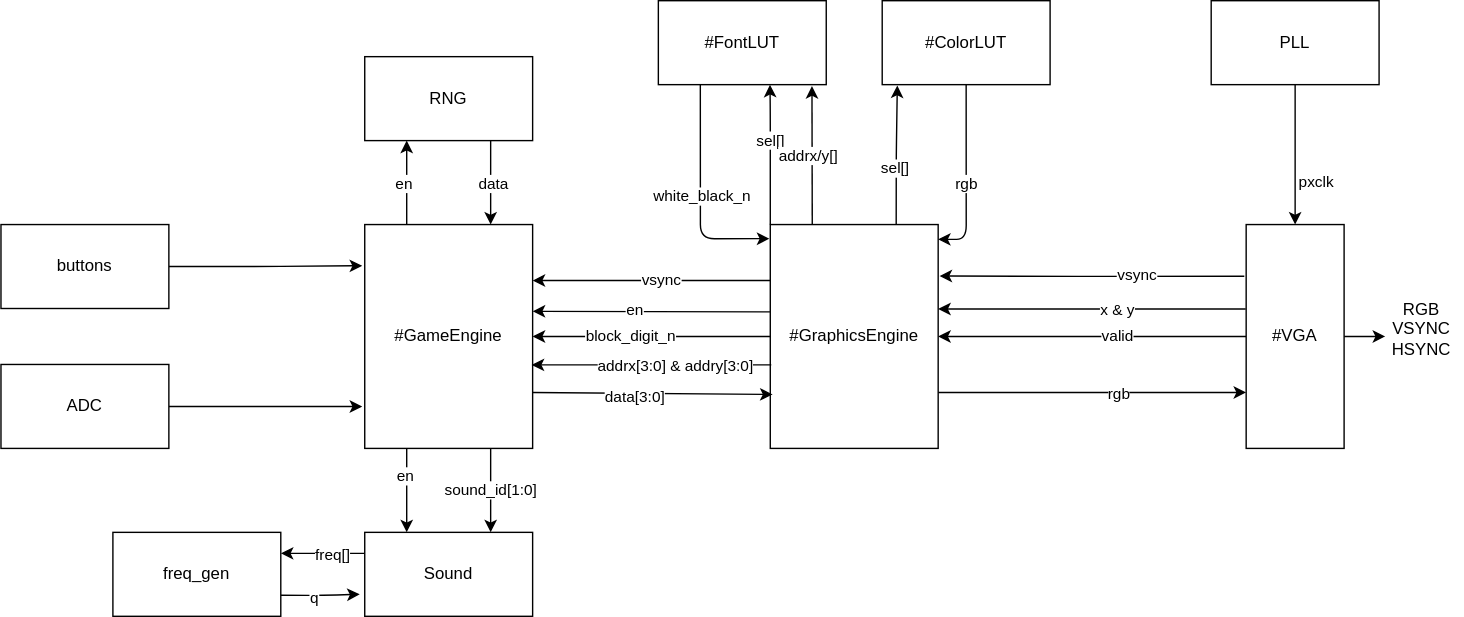
Above: docs/block_diagram.drawio.svg in g-proto-ece5730/FinalProject (draw.io), before the change. Source tidied: cells renumbered, new cells last; positions are measured from the earlier drawing's top-left corner, leaving out a move shared by most shapes.
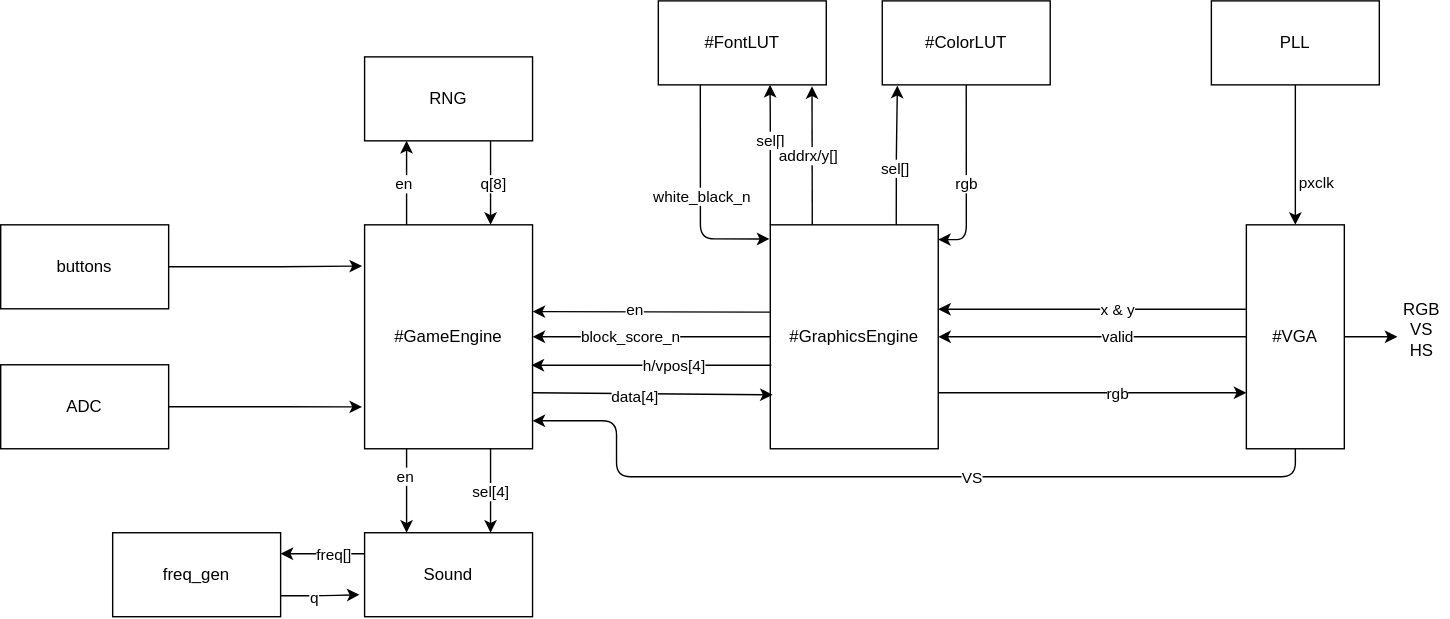
The same diagram one commit later.

The edit, as a diff of the source:
```diff
@@ -13,12 +13,6 @@
     <mxCell id="4" value="#GameEngine" style="rounded=0;whiteSpace=wrap;html=1;" parent="1" vertex="1">
       <mxGeometry x="260" y="160" width="120" height="160" as="geometry" />
     </mxCell>
-    <mxCell id="5" style="edgeStyle=orthogonalEdgeStyle;html=1;entryX=1;entryY=0.25;entryDx=0;entryDy=0;exitX=0;exitY=0.25;exitDx=0;exitDy=0;" parent="1" edge="1" source="19" target="4">
-      <mxGeometry relative="1" as="geometry" />
-    </mxCell>
-    <mxCell id="6" value="vsync" style="edgeLabel;html=1;align=center;verticalAlign=middle;" parent="5" vertex="1">
-      <mxGeometry x="-0.08" relative="1" as="geometry" />
-    </mxCell>
     <mxCell id="7" style="edgeStyle=none;html=1;exitX=0;exitY=0;exitDx=0;exitDy=0;entryX=0.665;entryY=1;entryDx=0;entryDy=0;entryPerimeter=0;" parent="1" edge="1" source="19" target="22">
       <mxGeometry relative="1" as="geometry">
         <Array as="points">
@@ -62,7 +56,7 @@
     <mxCell id="17" style="edgeStyle=orthogonalEdgeStyle;html=1;exitX=0.75;exitY=1;exitDx=0;exitDy=0;entryX=0.75;entryY=0;entryDx=0;entryDy=0;" parent="1" edge="1" source="4" target="52">
       <mxGeometry relative="1" as="geometry" />
     </mxCell>
-    <mxCell id="18" value="sound_id[1:0]" style="edgeLabel;html=1;align=center;verticalAlign=middle;" parent="17" vertex="1">
+    <mxCell id="18" value="sel[4]" style="edgeLabel;html=1;align=center;verticalAlign=middle;" parent="17" vertex="1">
       <mxGeometry x="-0.23" y="1" relative="1" as="geometry">
         <mxPoint x="-1" y="7" as="offset" />
       </mxGeometry>
@@ -84,25 +78,29 @@
     <mxCell id="23" style="edgeStyle=none;html=1;exitX=1;exitY=0.5;exitDx=0;exitDy=0;entryX=0.073;entryY=0.6;entryDx=0;entryDy=0;entryPerimeter=0;startArrow=none;startFill=0;" parent="1" edge="1" source="28" target="29">
       <mxGeometry relative="1" as="geometry" />
     </mxCell>
-    <mxCell id="24" style="edgeStyle=orthogonalEdgeStyle;html=1;entryX=1.008;entryY=0.23;entryDx=0;entryDy=0;entryPerimeter=0;exitX=-0.019;exitY=0.231;exitDx=0;exitDy=0;exitPerimeter=0;" parent="1" edge="1" source="28" target="19">
-      <mxGeometry relative="1" as="geometry" />
-    </mxCell>
-    <mxCell id="25" value="vsync" style="edgeLabel;html=1;align=center;verticalAlign=middle;" parent="24" vertex="1">
-      <mxGeometry x="0.15" y="-1" relative="1" as="geometry">
-        <mxPoint x="49" as="offset" />
-      </mxGeometry>
-    </mxCell>
     <mxCell id="26" style="edgeStyle=orthogonalEdgeStyle;html=1;exitX=0;exitY=0.5;exitDx=0;exitDy=0;entryX=1;entryY=0.5;entryDx=0;entryDy=0;" parent="1" edge="1" source="28" target="19">
       <mxGeometry relative="1" as="geometry" />
     </mxCell>
     <mxCell id="27" value="valid" style="edgeLabel;html=1;align=center;verticalAlign=middle;" parent="26" vertex="1">
       <mxGeometry x="-0.16" relative="1" as="geometry" />
     </mxCell>
+    <mxCell id="58" style="edgeStyle=orthogonalEdgeStyle;html=1;exitX=0.5;exitY=1;exitDx=0;exitDy=0;entryX=1;entryY=0.875;entryDx=0;entryDy=0;entryPerimeter=0;" parent="1" edge="1" source="28" target="4">
+      <mxGeometry relative="1" as="geometry">
+        <Array as="points">
+          <mxPoint x="925" y="340" />
+          <mxPoint x="440" y="340" />
+          <mxPoint x="440" y="300" />
+        </Array>
+      </mxGeometry>
+    </mxCell>
+    <mxCell id="59" value="VS" style="edgeLabel;html=1;align=center;verticalAlign=middle;" parent="58" vertex="1">
+      <mxGeometry x="-0.17" y="1" relative="1" as="geometry" />
+    </mxCell>
     <mxCell id="28" value="#VGA" style="rounded=0;whiteSpace=wrap;html=1;" parent="1" vertex="1">
       <mxGeometry x="890" y="160" width="70" height="160" as="geometry" />
     </mxCell>
-    <mxCell id="29" value="RGB&lt;br&gt;VSYNC&lt;br&gt;HSYNC&lt;br&gt;" style="text;html=1;align=center;verticalAlign=middle;points=[];strokeColor=none;fillColor=none;" parent="1" vertex="1">
-      <mxGeometry x="985" y="210" width="60" height="50" as="geometry" />
+    <mxCell id="29" value="RGB&lt;br&gt;VS&lt;br&gt;HS" style="text;html=1;align=center;verticalAlign=middle;points=[];strokeColor=none;fillColor=none;" parent="1" vertex="1">
+      <mxGeometry x="995" y="210" width="40" height="50" as="geometry" />
     </mxCell>
     <mxCell id="30" style="edgeStyle=orthogonalEdgeStyle;html=1;exitX=0.5;exitY=1;exitDx=0;exitDy=0;entryX=0.999;entryY=0.066;entryDx=0;entryDy=0;entryPerimeter=0;" parent="1" edge="1" source="32" target="19">
       <mxGeometry relative="1" as="geometry" />
@@ -124,7 +122,7 @@
         <mxPoint x="550" y="240" as="sourcePoint" />
       </mxGeometry>
     </mxCell>
-    <mxCell id="36" value="block_digit_n" style="edgeLabel;html=1;align=center;verticalAlign=middle;" parent="35" vertex="1">
+    <mxCell id="36" value="block_score_n" style="edgeLabel;html=1;align=center;verticalAlign=middle;" parent="35" vertex="1">
       <mxGeometry x="-0.89" y="2" relative="1" as="geometry">
         <mxPoint x="-91" y="-2" as="offset" />
       </mxGeometry>
@@ -132,7 +130,7 @@
     <mxCell id="37" style="endArrow=classic;html=1;exitX=0.006;exitY=0.627;exitDx=0;exitDy=0;exitPerimeter=0;entryX=0.994;entryY=0.627;entryDx=0;entryDy=0;entryPerimeter=0;" parent="1" edge="1" source="19" target="4">
       <mxGeometry relative="1" as="geometry" />
     </mxCell>
-    <mxCell id="38" value="addrx[3:0] &amp;amp; addry[3:0]" style="edgeLabel;html=1;align=center;verticalAlign=middle;" parent="37" vertex="1">
+    <mxCell id="38" value="h/vpos[4]" style="edgeLabel;html=1;align=center;verticalAlign=middle;" parent="37" vertex="1">
       <mxGeometry x="-0.36" y="1" relative="1" as="geometry">
         <mxPoint x="-15" y="-1" as="offset" />
       </mxGeometry>
@@ -140,7 +138,7 @@
     <mxCell id="39" style="endArrow=classic;html=1;exitX=1;exitY=0.75;exitDx=0;exitDy=0;entryX=0.014;entryY=0.759;entryDx=0;entryDy=0;entryPerimeter=0;" parent="1" edge="1" source="4" target="19">
       <mxGeometry relative="1" as="geometry" />
     </mxCell>
-    <mxCell id="40" value="data[3:0]" style="edgeLabel;html=1;align=center;verticalAlign=middle;" parent="39" vertex="1">
+    <mxCell id="40" value="data[4]" style="edgeLabel;html=1;align=center;verticalAlign=middle;" parent="39" vertex="1">
       <mxGeometry x="0.12" y="-2" relative="1" as="geometry">
         <mxPoint x="-24" as="offset" />
       </mxGeometry>
@@ -166,7 +164,7 @@
     <mxCell id="47" style="edgeStyle=orthogonalEdgeStyle;html=1;exitX=0.75;exitY=1;exitDx=0;exitDy=0;entryX=0.75;entryY=0;entryDx=0;entryDy=0;" parent="1" edge="1" source="49" target="4">
       <mxGeometry relative="1" as="geometry" />
     </mxCell>
-    <mxCell id="48" value="data" style="edgeLabel;html=1;align=center;verticalAlign=middle;" parent="47" vertex="1">
+    <mxCell id="48" value="q[8]" style="edgeLabel;html=1;align=center;verticalAlign=middle;" parent="47" vertex="1">
       <mxGeometry x="0.3" y="2" relative="1" as="geometry">
         <mxPoint y="-9" as="offset" />
       </mxGeometry>
```
